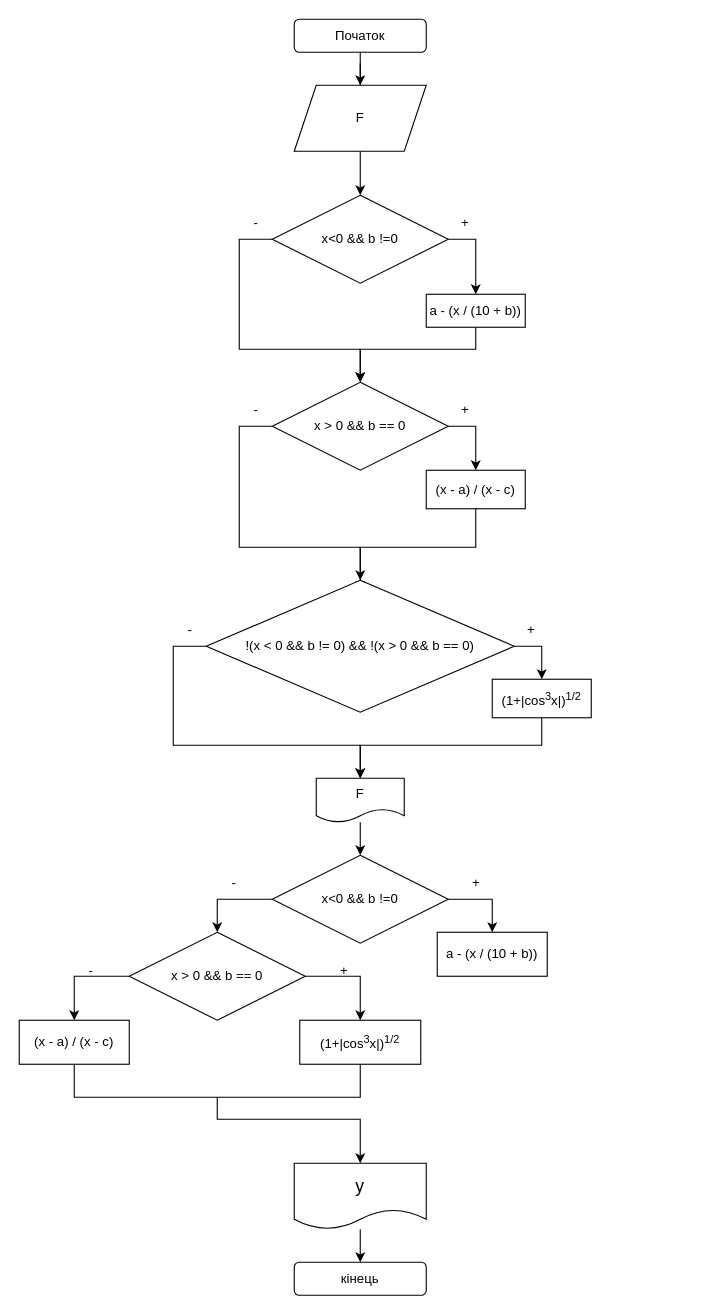
Earlier version of the draw.io diagram Діаграма без назви.drawio (Slava-v-Ukraini/lab_3.1). Source tidied: cells renumbered, new cells numbered last; positions are measured from the earlier drawing's top-left corner, leaving out a move shared by most shapes. Both pictures are drawn from the tidied source at 110%, with x=0, y=0 at pixel (19, 19).
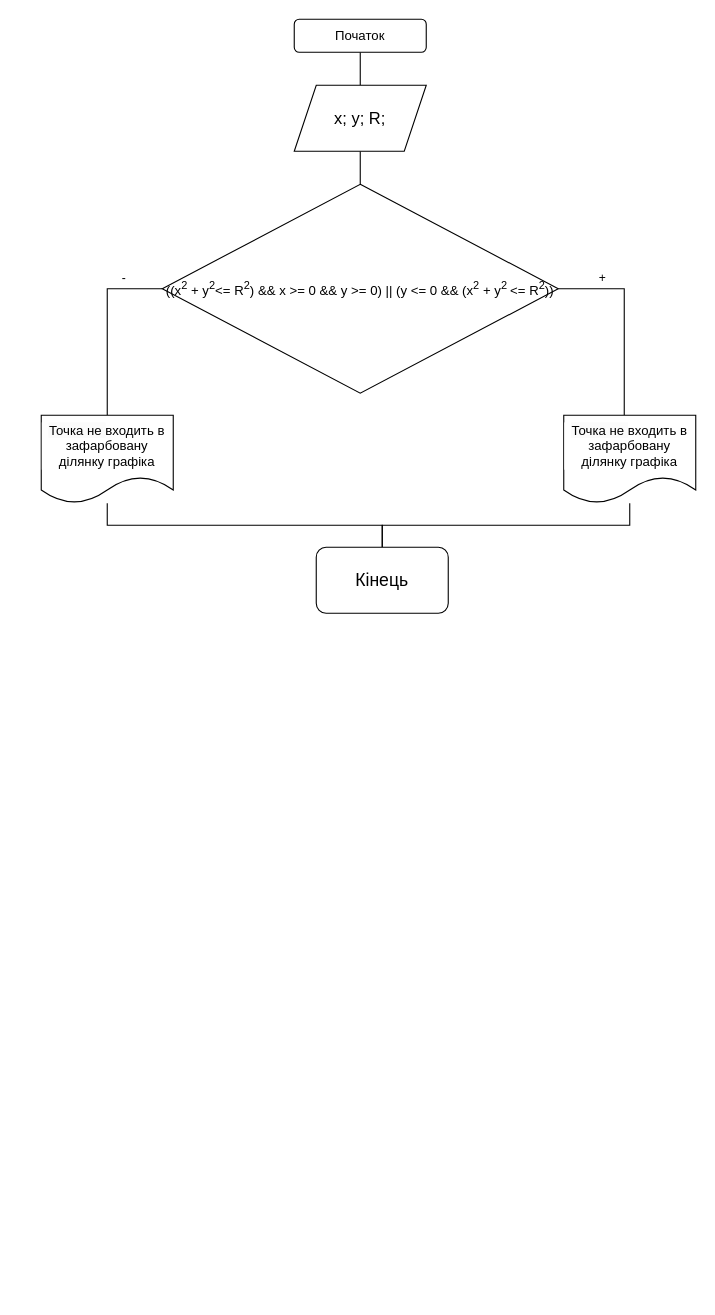
The same page after the edit.

Commit message:
Оновлення Діаграма PR-3.4.drawio

Unchanged cells that the change refers to:
```xml
<mxCell id="3" value="Початок" style="rounded=1;whiteSpace=wrap;html=1;" parent="1" vertex="1">
  <mxGeometry x="250" width="120" height="30" as="geometry" />
</mxCell>
```

Change to the diagram source:
```diff
@@
-    <mxCell id="2" style="edgeStyle=orthogonalEdgeStyle;rounded=0;jettySize=auto;html=1;" parent="1" edge="1" source="3" target="6">
+    <mxCell id="2" style="edgeStyle=orthogonalEdgeStyle;rounded=0;jettySize=auto;html=1;endArrow=none;endFill=0;" parent="1" edge="1" source="3" target="6">
       <mxGeometry relative="1" as="geometry" />
     </mxCell>
@@
-    <mxCell id="4" style="edgeStyle=orthogonalEdgeStyle;rounded=0;jettySize=auto;html=1;" parent="1" edge="1" source="6">
-      <mxGeometry relative="1" as="geometry">
-        <mxPoint x="310" y="80" as="targetPoint" />
-      </mxGeometry>
-    </mxCell>
-    <mxCell id="5" style="edgeStyle=orthogonalEdgeStyle;rounded=0;jettySize=auto;html=1;" parent="1" edge="1" source="6" target="9">
+    <mxCell id="5" style="edgeStyle=orthogonalEdgeStyle;rounded=0;jettySize=auto;html=1;endArrow=none;endFill=0;" parent="1" edge="1" source="6" target="9">
       <mxGeometry relative="1" as="geometry" />
     </mxCell>
-    <mxCell id="6" value="F" style="shape=parallelogram;perimeter=parallelogramPerimeter;whiteSpace=wrap;html=1;fixedSize=1;" parent="1" vertex="1">
+    <mxCell id="6" value="x; y; R;" style="shape=parallelogram;perimeter=parallelogramPerimeter;whiteSpace=wrap;html=1;fixedSize=1;fontSize=15;" parent="1" vertex="1">
       <mxGeometry x="250" y="60" width="120" height="60" as="geometry" />
     </mxCell>
-    <mxCell id="7" style="edgeStyle=orthogonalEdgeStyle;rounded=0;jettySize=auto;html=1;entryX=0.5;entryY=0;entryDx=0;entryDy=0;" parent="1" edge="1" source="9" target="11">
-      <mxGeometry relative="1" as="geometry">
-        <Array as="points">
-          <mxPoint x="415" y="200" />
-        </Array>
-      </mxGeometry>
-    </mxCell>
-    <mxCell id="8" style="edgeStyle=none;rounded=0;jettySize=auto;html=1;" parent="1" edge="1" source="9">
-      <mxGeometry relative="1" as="geometry">
-        <mxPoint x="310" y="330" as="targetPoint" />
-        <Array as="points">
-          <mxPoint x="200" y="200" />
-          <mxPoint x="200" y="300" />
-          <mxPoint x="310" y="300" />
-        </Array>
-      </mxGeometry>
-    </mxCell>
+    <mxCell id="50" style="edgeStyle=orthogonalEdgeStyle;shape=connector;rounded=0;jettySize=auto;html=1;strokeColor=default;align=center;verticalAlign=middle;fontFamily=Helvetica;fontSize=11;fontColor=default;labelBackgroundColor=default;endArrow=none;endFill=0;exitX=1;exitY=0.5;exitDx=0;exitDy=0;entryX=0.5;entryY=0;entryDx=0;entryDy=0;" parent="1" edge="1" source="9">
+      <mxGeometry relative="1" as="geometry">
+        <mxPoint x="550" y="360" as="targetPoint" />
+        <Array as="points">
+          <mxPoint x="550" y="245" />
+        </Array>
+      </mxGeometry>
+    </mxCell>
+    <mxCell id="51" style="edgeStyle=orthogonalEdgeStyle;shape=connector;rounded=0;jettySize=auto;html=1;strokeColor=default;align=center;verticalAlign=middle;fontFamily=Helvetica;fontSize=11;fontColor=default;labelBackgroundColor=default;endArrow=none;endFill=0;entryX=0.5;entryY=0;entryDx=0;entryDy=0;" parent="1" edge="1" source="9">
+      <mxGeometry relative="1" as="geometry">
+        <mxPoint x="80" y="360" as="targetPoint" />
+        <Array as="points">
+          <mxPoint x="80" y="245" />
+        </Array>
+      </mxGeometry>
+    </mxCell>
-    <mxCell id="9" value="x&amp;lt;0 &amp;amp;&amp;amp; b !=0" style="rhombus;whiteSpace=wrap;html=1;" parent="1" vertex="1">
-      <mxGeometry x="230" y="160" width="160" height="80" as="geometry" />
+    <mxCell id="9" value="((x&lt;sup&gt;2&lt;/sup&gt; + y&lt;sup&gt;2&lt;/sup&gt;&amp;lt;= R&lt;sup&gt;2&lt;/sup&gt;) &amp;amp;&amp;amp; x &amp;gt;= 0 &amp;amp;&amp;amp; y &amp;gt;= 0) || (y &amp;lt;= 0 &amp;amp;&amp;amp; (x&lt;sup&gt;2&lt;/sup&gt; + y&lt;sup&gt;2&amp;nbsp;&lt;/sup&gt;&amp;lt;= R&lt;sup&gt;2&lt;/sup&gt;))" style="rhombus;whiteSpace=wrap;html=1;" parent="1" vertex="1">
+      <mxGeometry x="130" y="150" width="360" height="190" as="geometry" />
     </mxCell>
-    <mxCell id="10" style="edgeStyle=none;rounded=0;jettySize=auto;html=1;entryX=0.5;entryY=0;entryDx=0;entryDy=0;" parent="1" edge="1" source="11" target="14">
-      <mxGeometry relative="1" as="geometry">
-        <Array as="points">
-          <mxPoint x="415" y="300" />
-          <mxPoint x="310" y="300" />
-        </Array>
-      </mxGeometry>
-    </mxCell>
-    <mxCell id="11" value="a - (x / (10 + b))" style="rounded=0;whiteSpace=wrap;html=1;" parent="1" vertex="1">
-      <mxGeometry x="370" y="250" width="90" height="30" as="geometry" />
-    </mxCell>
-    <mxCell id="12" style="edgeStyle=none;rounded=0;jettySize=auto;html=1;" parent="1" edge="1" source="14" target="16">
-      <mxGeometry relative="1" as="geometry">
-        <Array as="points">
-          <mxPoint x="415" y="370" />
-        </Array>
-      </mxGeometry>
-    </mxCell>
-    <mxCell id="13" style="edgeStyle=none;rounded=0;jettySize=auto;html=1;" parent="1" edge="1" source="14">
-      <mxGeometry relative="1" as="geometry">
-        <mxPoint x="310" y="520" as="targetPoint" />
-        <Array as="points">
-          <mxPoint x="200" y="370" />
-          <mxPoint x="200" y="480" />
-          <mxPoint x="310" y="480" />
-        </Array>
-      </mxGeometry>
-    </mxCell>
-    <mxCell id="14" value="x &amp;gt; 0 &amp;amp;&amp;amp; b == 0" style="rhombus;whiteSpace=wrap;html=1;" parent="1" vertex="1">
-      <mxGeometry x="230" y="330" width="160" height="80" as="geometry" />
-    </mxCell>
-    <mxCell id="15" style="edgeStyle=none;rounded=0;jettySize=auto;html=1;" parent="1" edge="1" source="16" target="19">
-      <mxGeometry relative="1" as="geometry">
-        <Array as="points">
-          <mxPoint x="415" y="480" />
-          <mxPoint x="310" y="480" />
-        </Array>
-      </mxGeometry>
-    </mxCell>
-    <mxCell id="16" value="(x - a) / (x - c)" style="whiteSpace=wrap;html=1;" parent="1" vertex="1">
-      <mxGeometry x="370" y="410" width="90" height="35" as="geometry" />
-    </mxCell>
-    <mxCell id="17" style="edgeStyle=none;rounded=0;jettySize=auto;html=1;entryX=0.5;entryY=0;entryDx=0;entryDy=0;" parent="1" edge="1" source="19" target="23">
-      <mxGeometry relative="1" as="geometry">
-        <Array as="points">
-          <mxPoint x="475" y="570" />
-        </Array>
-      </mxGeometry>
-    </mxCell>
-    <mxCell id="18" style="edgeStyle=none;rounded=0;jettySize=auto;html=1;entryX=0.5;entryY=0;entryDx=0;entryDy=0;" parent="1" edge="1" source="19">
-      <mxGeometry relative="1" as="geometry">
-        <mxPoint x="310" y="690" as="targetPoint" />
-        <Array as="points">
-          <mxPoint x="140" y="570" />
-          <mxPoint x="140" y="660" />
-          <mxPoint x="310" y="660" />
-        </Array>
-      </mxGeometry>
-    </mxCell>
-    <mxCell id="19" value="!(x &amp;lt; 0 &amp;amp;&amp;amp; b != 0) &amp;amp;&amp;amp; !(x &amp;gt; 0 &amp;amp;&amp;amp; b == 0)" style="rhombus;whiteSpace=wrap;html=1;" parent="1" vertex="1">
-      <mxGeometry x="170" y="510" width="280" height="120" as="geometry" />
-    </mxCell>
-    <mxCell id="20" value="+" style="text;html=1;align=center;verticalAlign=middle;strokeColor=none;fillColor=none;" parent="1" vertex="1">
-      <mxGeometry x="390" y="340" width="30" height="30" as="geometry" />
-    </mxCell>
-    <mxCell id="21" value="+" style="text;html=1;align=center;verticalAlign=middle;strokeColor=none;fillColor=none;" parent="1" vertex="1">
-      <mxGeometry x="390" y="170" width="30" height="30" as="geometry" />
-    </mxCell>
-    <mxCell id="22" style="edgeStyle=none;rounded=0;jettySize=auto;html=1;" parent="1" edge="1" source="23">
-      <mxGeometry relative="1" as="geometry">
-        <mxPoint x="310" y="690" as="targetPoint" />
-        <Array as="points">
-          <mxPoint x="475" y="660" />
-          <mxPoint x="415" y="660" />
-          <mxPoint x="310" y="660" />
-        </Array>
-      </mxGeometry>
-    </mxCell>
-    <mxCell id="23" value="(1+|cos&lt;sup&gt;3&lt;/sup&gt;x|)&lt;sup&gt;1/2&lt;/sup&gt;" style="whiteSpace=wrap;html=1;" parent="1" vertex="1">
-      <mxGeometry x="430" y="600" width="90" height="35" as="geometry" />
-    </mxCell>
-    <mxCell id="24" style="edgeStyle=none;rounded=0;jettySize=auto;html=1;" parent="1" edge="1" target="26">
-      <mxGeometry relative="1" as="geometry">
-        <mxPoint x="310" y="730" as="sourcePoint" />
-      </mxGeometry>
-    </mxCell>
-    <mxCell id="25" style="edgeStyle=none;rounded=0;jettySize=auto;html=1;" parent="1" edge="1" source="26" target="29">
-      <mxGeometry relative="1" as="geometry" />
-    </mxCell>
-    <mxCell id="26" value="F" style="shape=document;whiteSpace=wrap;html=1;boundedLbl=1;rounded=0;" parent="1" vertex="1">
-      <mxGeometry x="270" y="690" width="80" height="40" as="geometry" />
-    </mxCell>
-    <mxCell id="27" style="edgeStyle=none;rounded=0;jettySize=auto;html=1;" parent="1" edge="1" source="29" target="30">
-      <mxGeometry relative="1" as="geometry">
-        <Array as="points">
-          <mxPoint x="430" y="800" />
-        </Array>
-      </mxGeometry>
-    </mxCell>
-    <mxCell id="28" style="edgeStyle=none;rounded=0;jettySize=auto;html=1;" parent="1" edge="1" source="29" target="35">
-      <mxGeometry relative="1" as="geometry">
-        <Array as="points">
-          <mxPoint x="180" y="800" />
-        </Array>
-      </mxGeometry>
-    </mxCell>
-    <mxCell id="29" value="x&amp;lt;0 &amp;amp;&amp;amp; b !=0" style="rhombus;whiteSpace=wrap;html=1;rounded=0;" parent="1" vertex="1">
-      <mxGeometry x="230" y="760" width="160" height="80" as="geometry" />
-    </mxCell>
-    <mxCell id="30" value="a - (x / (10 + b))" style="whiteSpace=wrap;html=1;rounded=0;" parent="1" vertex="1">
-      <mxGeometry x="380" y="830" width="100" height="40" as="geometry" />
-    </mxCell>
-    <mxCell id="31" value="+" style="text;html=1;align=center;verticalAlign=middle;strokeColor=none;fillColor=none;" parent="1" vertex="1">
-      <mxGeometry x="450" y="540" width="30" height="30" as="geometry" />
-    </mxCell>
-    <mxCell id="32" value="+" style="text;html=1;align=center;verticalAlign=middle;strokeColor=none;fillColor=none;" parent="1" vertex="1">
-      <mxGeometry x="400" y="770" width="30" height="30" as="geometry" />
-    </mxCell>
-    <mxCell id="33" style="edgeStyle=none;rounded=0;jettySize=auto;html=1;" parent="1" edge="1" source="35" target="36">
-      <mxGeometry relative="1" as="geometry">
-        <Array as="points">
-          <mxPoint x="310" y="870" />
-        </Array>
-      </mxGeometry>
-    </mxCell>
-    <mxCell id="34" style="edgeStyle=none;rounded=0;jettySize=auto;html=1;" parent="1" edge="1" source="35" target="37">
-      <mxGeometry relative="1" as="geometry">
-        <Array as="points">
-          <mxPoint x="50" y="870" />
-        </Array>
-      </mxGeometry>
-    </mxCell>
-    <mxCell id="35" value="x &amp;gt; 0 &amp;amp;&amp;amp; b == 0" style="rhombus;whiteSpace=wrap;html=1;rounded=0;" parent="1" vertex="1">
-      <mxGeometry x="100" y="830" width="160" height="80" as="geometry" />
-    </mxCell>
-    <mxCell id="36" value="(1+|cos&lt;sup&gt;3&lt;/sup&gt;x|)&lt;sup&gt;1/2&lt;/sup&gt;" style="rounded=0;whiteSpace=wrap;html=1;" parent="1" vertex="1">
-      <mxGeometry x="255" y="910" width="110" height="40" as="geometry" />
-    </mxCell>
-    <mxCell id="37" value="(x - a) / (x - c)" style="whiteSpace=wrap;html=1;rounded=0;" parent="1" vertex="1">
-      <mxGeometry y="910" width="100" height="40" as="geometry" />
-    </mxCell>
-    <mxCell id="38" style="endArrow=none;html=1;rounded=0;entryX=0.5;entryY=1;entryDx=0;entryDy=0;" parent="1" edge="1" target="36">
-      <mxGeometry relative="1" as="geometry">
-        <mxPoint x="180" y="980" as="sourcePoint" />
-        <Array as="points">
-          <mxPoint x="310" y="980" />
-        </Array>
-      </mxGeometry>
-    </mxCell>
-    <mxCell id="39" style="endArrow=classic;html=1;rounded=0;entryX=0.5;entryY=0;entryDx=0;entryDy=0;" parent="1" edge="1">
-      <mxGeometry relative="1" as="geometry">
-        <mxPoint x="180" y="980" as="sourcePoint" />
-        <mxPoint x="310" y="1040" as="targetPoint" />
-        <Array as="points">
-          <mxPoint x="180" y="1000" />
-          <mxPoint x="310" y="1000" />
-        </Array>
-      </mxGeometry>
-    </mxCell>
-    <mxCell id="40" style="edgeStyle=orthogonalEdgeStyle;rounded=0;jettySize=auto;html=1;" parent="1" edge="1" source="41" target="42">
-      <mxGeometry relative="1" as="geometry" />
-    </mxCell>
-    <mxCell id="41" value="&lt;font style=&quot;font-size: 16px;&quot;&gt;y&lt;/font&gt;" style="shape=document;whiteSpace=wrap;html=1;boundedLbl=1;rounded=0;" parent="1" vertex="1">
-      <mxGeometry x="250" y="1040" width="120" height="60" as="geometry" />
-    </mxCell>
-    <mxCell id="42" value="кінець" style="rounded=1;whiteSpace=wrap;html=1;" parent="1" vertex="1">
-      <mxGeometry x="250" y="1130" width="120" height="30" as="geometry" />
-    </mxCell>
-    <mxCell id="43" value="+" style="text;html=1;align=center;verticalAlign=middle;strokeColor=none;fillColor=none;" parent="1" vertex="1">
-      <mxGeometry x="280" y="850" width="30" height="30" as="geometry" />
-    </mxCell>
-    <mxCell id="44" value="-" style="text;html=1;align=center;verticalAlign=middle;strokeColor=none;fillColor=none;" parent="1" vertex="1">
-      <mxGeometry x="180" y="770" width="30" height="30" as="geometry" />
-    </mxCell>
-    <mxCell id="45" value="-" style="text;html=1;align=center;verticalAlign=middle;strokeColor=none;fillColor=none;" parent="1" vertex="1">
-      <mxGeometry x="50" y="850" width="30" height="30" as="geometry" />
-    </mxCell>
-    <mxCell id="46" value="-" style="text;html=1;align=center;verticalAlign=middle;strokeColor=none;fillColor=none;" parent="1" vertex="1">
-      <mxGeometry x="140" y="540" width="30" height="30" as="geometry" />
-    </mxCell>
-    <mxCell id="47" value="-" style="text;html=1;align=center;verticalAlign=middle;strokeColor=none;fillColor=none;" parent="1" vertex="1">
-      <mxGeometry x="200" y="340" width="30" height="30" as="geometry" />
-    </mxCell>
-    <mxCell id="48" value="-" style="text;html=1;align=center;verticalAlign=middle;strokeColor=none;fillColor=none;" parent="1" vertex="1">
-      <mxGeometry x="200" y="170" width="30" height="30" as="geometry" />
-    </mxCell>
-    <mxCell id="49" style="endArrow=none;html=1;rounded=0;entryX=0.5;entryY=1;entryDx=0;entryDy=0;" parent="1" edge="1" target="37">
-      <mxGeometry relative="1" as="geometry">
-        <mxPoint x="180" y="980" as="sourcePoint" />
-        <Array as="points">
-          <mxPoint x="50" y="980" />
-        </Array>
-      </mxGeometry>
-    </mxCell>
+    <mxCell id="52" value="+" style="text;html=1;align=center;verticalAlign=middle;strokeColor=none;fillColor=none;fontFamily=Helvetica;fontSize=11;fontColor=default;labelBackgroundColor=default;" parent="1" vertex="1">
+      <mxGeometry x="515" y="220" width="30" height="30" as="geometry" />
+    </mxCell>
+    <mxCell id="53" value="-" style="text;html=1;align=center;verticalAlign=middle;strokeColor=none;fillColor=none;fontFamily=Helvetica;fontSize=11;fontColor=default;labelBackgroundColor=default;" parent="1" vertex="1">
+      <mxGeometry x="80" y="220" width="30" height="30" as="geometry" />
+    </mxCell>
+    <mxCell id="54" style="edgeStyle=orthogonalEdgeStyle;shape=connector;rounded=0;jettySize=auto;html=1;entryX=0.5;entryY=0;entryDx=0;entryDy=0;strokeColor=default;align=center;verticalAlign=middle;fontFamily=Helvetica;fontSize=11;fontColor=default;labelBackgroundColor=default;endArrow=none;endFill=0;" parent="1" edge="1" source="55" target="58">
+      <mxGeometry relative="1" as="geometry">
+        <Array as="points">
+          <mxPoint x="80" y="460" />
+          <mxPoint x="330" y="460" />
+        </Array>
+      </mxGeometry>
+    </mxCell>
+    <mxCell id="55" value="&lt;span style=&quot;font-size: 12px; background-color: rgb(251, 251, 251);&quot;&gt;Точка не&amp;nbsp;&lt;/span&gt;&lt;span style=&quot;font-size: 12px; background-color: initial;&quot;&gt;входить в зафарбовану ділянку графіка&lt;/span&gt;" style="shape=document;whiteSpace=wrap;html=1;boundedLbl=1;fontFamily=Helvetica;fontSize=11;fontColor=default;labelBackgroundColor=default;" parent="1" vertex="1">
+      <mxGeometry x="20" y="360" width="120" height="80" as="geometry" />
+    </mxCell>
+    <mxCell id="56" style="edgeStyle=orthogonalEdgeStyle;shape=connector;rounded=0;jettySize=auto;html=1;strokeColor=default;align=center;verticalAlign=middle;fontFamily=Helvetica;fontSize=11;fontColor=default;labelBackgroundColor=default;endArrow=none;endFill=0;" parent="1" edge="1" source="57">
+      <mxGeometry relative="1" as="geometry">
+        <mxPoint x="330" y="480" as="targetPoint" />
+        <Array as="points">
+          <mxPoint x="555" y="460" />
+          <mxPoint x="330" y="460" />
+        </Array>
+      </mxGeometry>
+    </mxCell>
+    <mxCell id="57" value="&lt;span style=&quot;font-size: 12px; background-color: rgb(251, 251, 251);&quot;&gt;Точка не&amp;nbsp;&lt;/span&gt;&lt;span style=&quot;font-size: 12px; background-color: initial;&quot;&gt;входить в зафарбовану ділянку графіка&lt;/span&gt;" style="shape=document;whiteSpace=wrap;html=1;boundedLbl=1;fontFamily=Helvetica;fontSize=11;fontColor=default;labelBackgroundColor=default;" parent="1" vertex="1">
+      <mxGeometry x="495" y="360" width="120" height="80" as="geometry" />
+    </mxCell>
+    <mxCell id="58" value="Кінець" style="rounded=1;whiteSpace=wrap;html=1;fontFamily=Helvetica;fontSize=16;fontColor=default;labelBackgroundColor=default;" parent="1" vertex="1">
+      <mxGeometry x="270" y="480" width="120" height="60" as="geometry" />
+    </mxCell>
```
